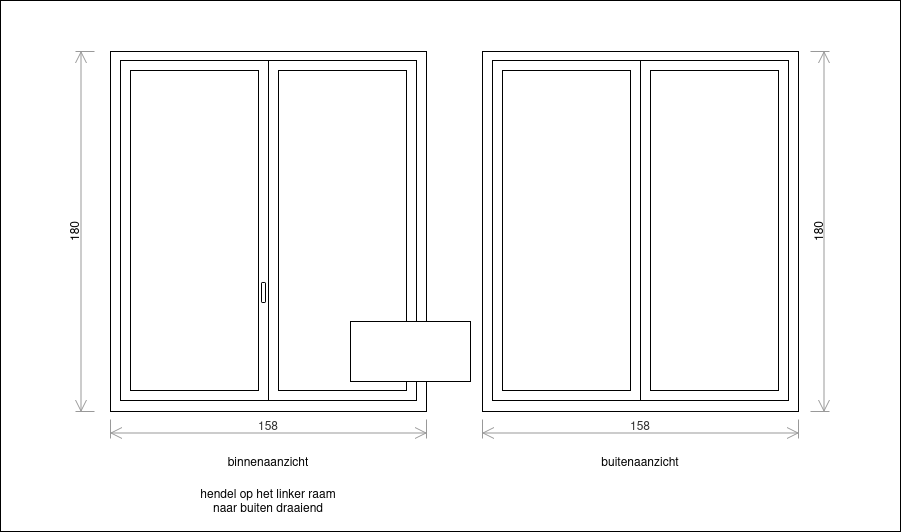
Before: window.drawio.png, a diagram exported from draw.io (fckff/drawio). Source tidied: cells renumbered, new cells last; positions are measured from the earlier drawing's top-left corner, leaving out a move shared by most shapes.
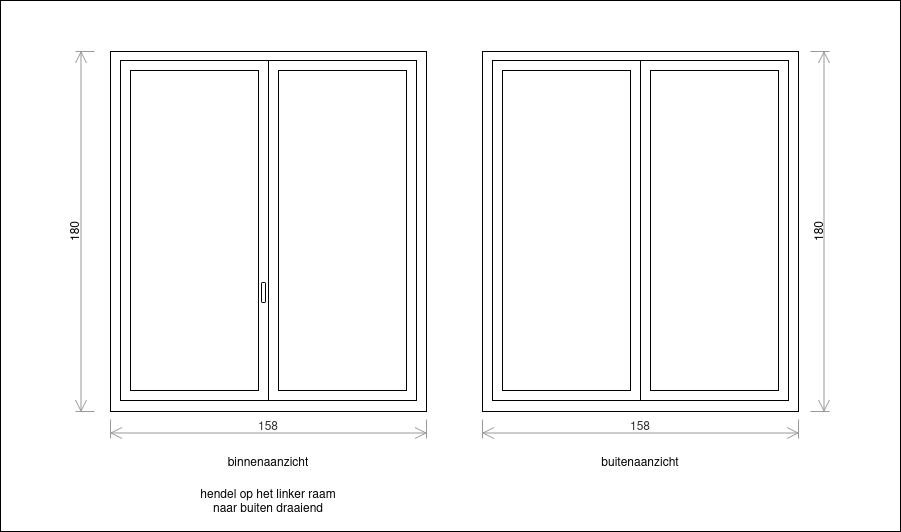
After the commit.

Diff of the diagram source:
```diff
@@ -65,8 +65,5 @@
     <mxCell id="22" value="&lt;div&gt;hendel op het linker raam&lt;/div&gt;&lt;div&gt;naar buiten draaiend&lt;br&gt;&lt;/div&gt;" style="text;html=1;strokeColor=none;fillColor=none;align=center;verticalAlign=middle;whiteSpace=wrap;rounded=0;" parent="1" vertex="1">
       <mxGeometry x="110" y="485" width="316" height="30" as="geometry" />
     </mxCell>
-    <mxCell id="23" style="rounded=0;whiteSpace=wrap;html=1;" parent="1" vertex="1">
-      <mxGeometry x="350" y="321" width="120" height="60" as="geometry" />
-    </mxCell>
   </root>
 </mxGraphModel>
```
